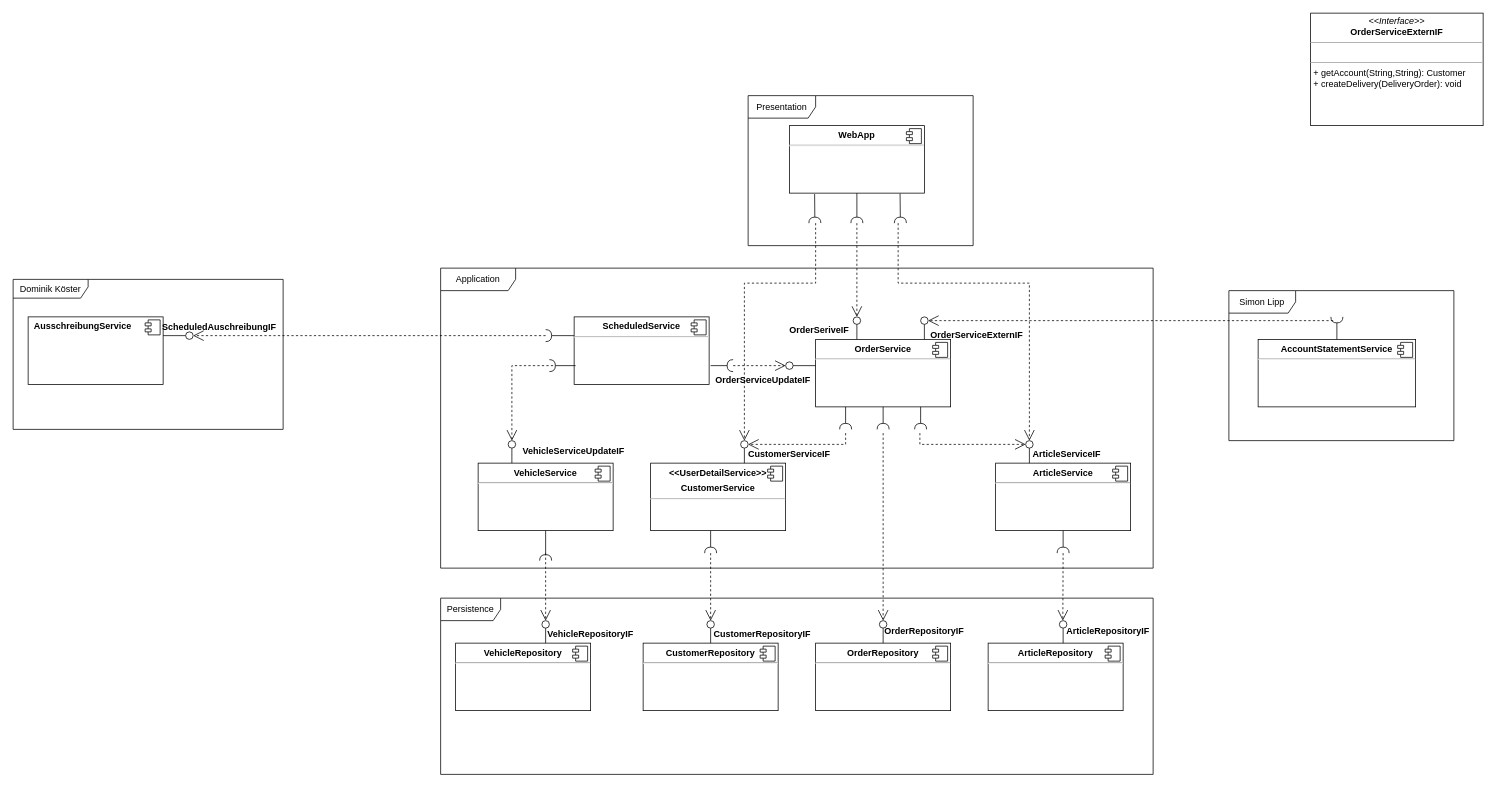
Earlier version of the draw.io diagram componentDiagram.drawio (MatthiasEberhardt/Softwareentwicklung). Source tidied: cells renumbered, new cells numbered last; positions are measured from the earlier drawing's top-left corner, leaving out a move shared by most shapes. Both pictures are drawn from the tidied source at 75%, with x=0, y=0 at pixel (13, 13).
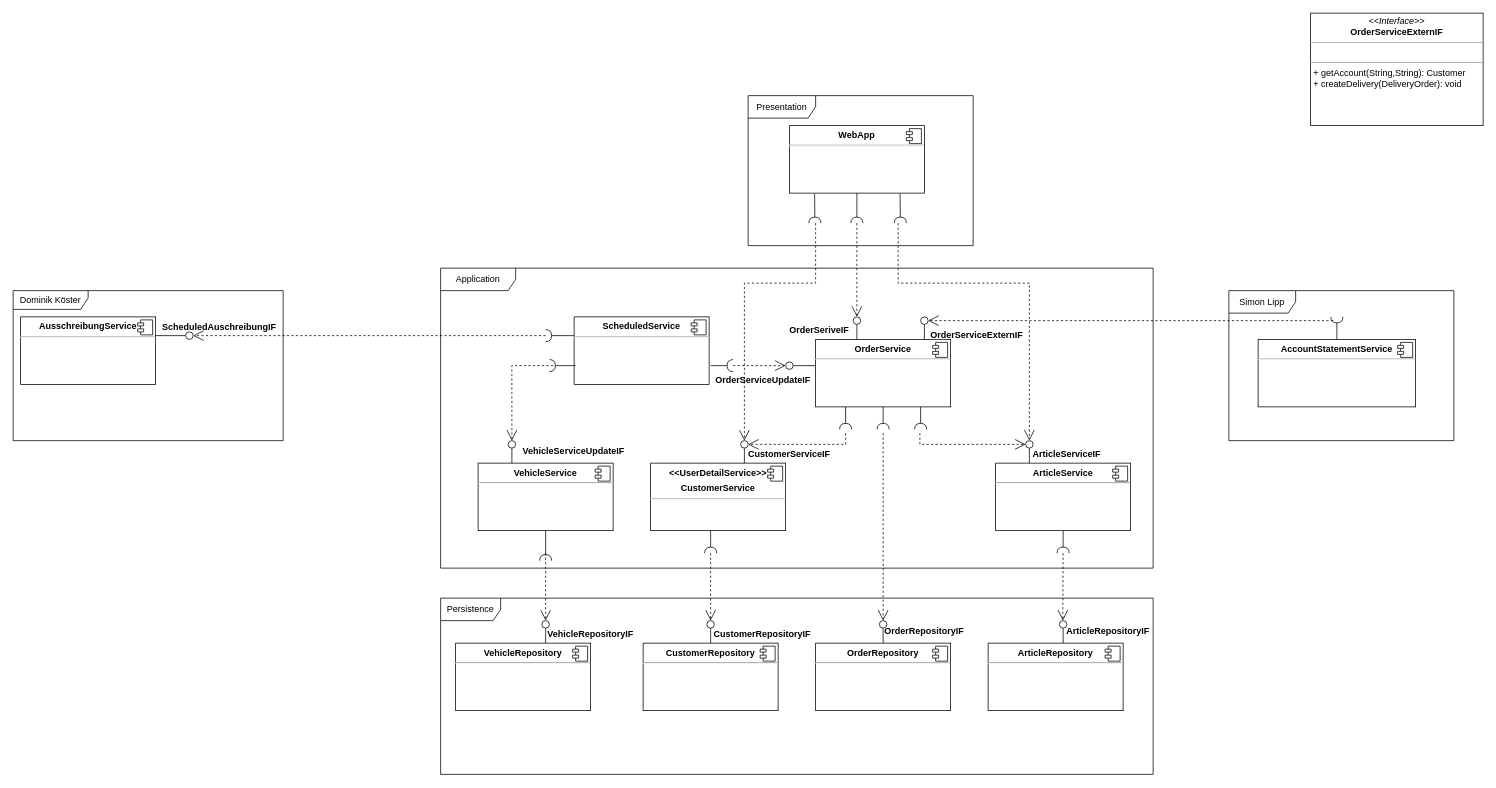
Above is the later version.

Change to the diagram source:
```diff
@@
-    <mxCell id="64" value="&lt;p style=&quot;margin: 0px ; margin-top: 6px ; text-align: center&quot;&gt;&lt;/p&gt;&lt;p style=&quot;margin: 0px ; margin-left: 8px&quot;&gt;&lt;b&gt;AusschreibungService&lt;/b&gt;&lt;/p&gt;" style="align=left;overflow=fill;html=1;" parent="1" vertex="1">
-      <mxGeometry x="20" y="405" width="180" height="90" as="geometry" />
-    </mxCell>
-    <mxCell id="65" style="shape=component;jettyWidth=8;jettyHeight=4;" parent="64" vertex="1">
-      <mxGeometry x="1" width="20" height="20" relative="1" as="geometry">
-        <mxPoint x="-24" y="4" as="offset" />
-      </mxGeometry>
-    </mxCell>
@@
     <mxCell id="76" value="Dominik Köster" style="shape=umlFrame;whiteSpace=wrap;html=1;width=100;height=25;" parent="1" vertex="1">
-      <mxGeometry y="355" width="360" height="200" as="geometry" />
+      <mxGeometry y="370" width="360" height="200" as="geometry" />
     </mxCell>
@@
+    <mxCell id="64" value="&lt;p style=&quot;margin: 0px ; margin-top: 6px ; text-align: center&quot;&gt;&lt;b&gt;AusschreibungService&lt;/b&gt;&lt;/p&gt;&lt;hr&gt;&lt;p style=&quot;margin: 0px ; margin-left: 8px&quot;&gt;&lt;br&gt;&lt;/p&gt;" style="align=left;overflow=fill;html=1;" parent="1" vertex="1">
+      <mxGeometry x="10" y="405" width="180" height="90" as="geometry" />
+    </mxCell>
+    <mxCell id="91" style="shape=component;jettyWidth=8;jettyHeight=4;" parent="64" vertex="1">
+      <mxGeometry x="1" width="20" height="20" relative="1" as="geometry">
+        <mxPoint x="-24" y="4" as="offset" />
+      </mxGeometry>
+    </mxCell>
```
